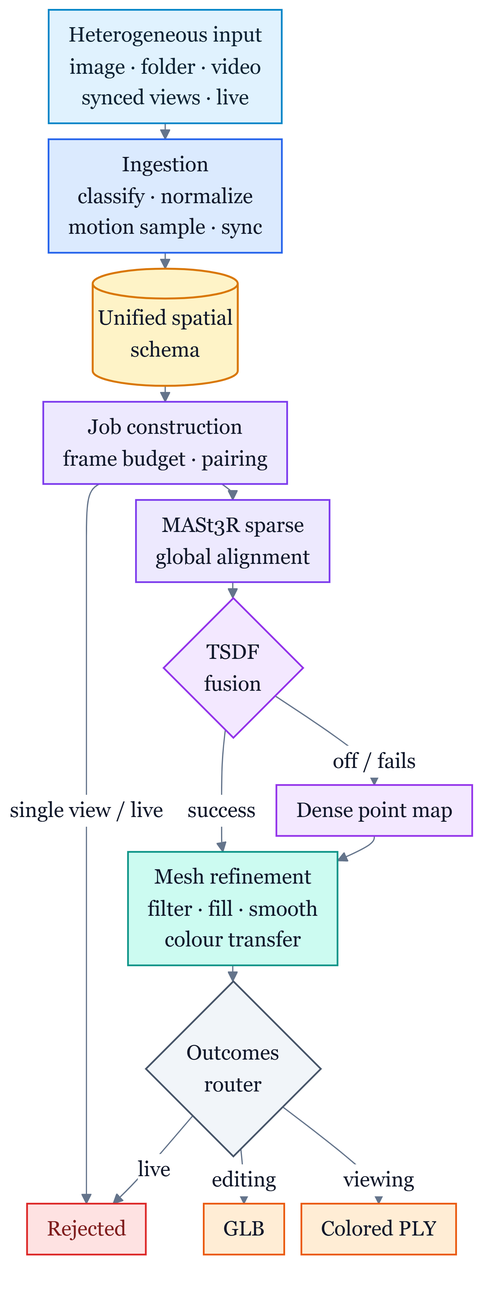
Earlier version of the Mermaid export paper/figures/fig1-overview.png (AyushK0808/z-shift). Its source is kept beside it as paper/diagrams/fig1-overview.mmd.
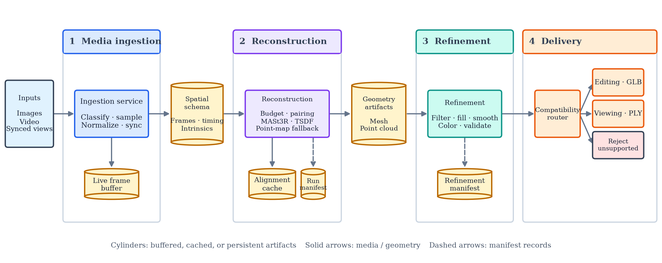
Above is the later version.

Commit message:
docs: revise paper architecture and citations

Diff of the diagram source:
```diff
@@ -1,40 +1,64 @@
 ---
 config:
   flowchart:
-    rankSpacing: 13
-    nodeSpacing: 14
+    rankSpacing: 28
+    nodeSpacing: 18
 ---
-flowchart TB
-  SRC["Heterogeneous input<br/>image · folder · video<br/>synced views · live"] --> ING["Ingestion<br/>classify · normalize<br/>motion sample · sync"]
-  ING --> SCH[("Unified spatial<br/>schema")]
-  SCH --> JB["Job construction<br/>frame budget · pairing"]
-  JB -->|"single view / live"| REJ["Rejected"]
-  JB --> AL["MASt3R sparse<br/>global alignment"]
-  AL --> FUS{"TSDF<br/>fusion"}
-  FUS -->|"off / fails"| PMAP["Dense point map"]
-  FUS -->|"success"| REF["Mesh refinement<br/>filter · fill · smooth<br/>colour transfer"]
-  PMAP --> REF
-  REF --> RT{"Outcomes<br/>router"}
-  RT -->|"editing"| D1["GLB"]
-  RT -->|"viewing"| D3["Colored PLY"]
-  RT -->|"live"| REJ
+flowchart LR
+  SRC["Inputs<br/>images · video<br/>synchronized views"]
 
-  classDef src fill:#e0f2fe,stroke:#0284c7,stroke-width:1.4px,color:#0c2233
-  classDef ingest fill:#dbeafe,stroke:#2563eb,stroke-width:1.4px,color:#0f172a
-  classDef schema fill:#fef3c7,stroke:#d97706,stroke-width:1.6px,color:#0f172a
-  classDef recon fill:#ede9fe,stroke:#7c3aed,stroke-width:1.4px,color:#0f172a
-  classDef fuse fill:#f3e8ff,stroke:#9333ea,stroke-width:1.4px,color:#0f172a
-  classDef refine fill:#ccfbf1,stroke:#0d9488,stroke-width:1.4px,color:#0f172a
-  classDef route fill:#f1f5f9,stroke:#475569,stroke-width:1.4px,color:#0f172a
-  classDef deliver fill:#ffedd5,stroke:#ea580c,stroke-width:1.4px,color:#0f172a
-  classDef reject fill:#fee2e2,stroke:#dc2626,stroke-width:1.4px,color:#7f1d1d
+  subgraph S1["1  Media ingestion"]
+    direction TB
+    ING["Ingestion service<br/>classify · sample<br/>normalize · synchronize"]
+    BUF[("Live frame buffer")]
+    ING --> BUF
+  end
 
-  class SRC src
+  SCHEMA[("Spatial schema<br/>frames · timing · intrinsics")]
+
+  subgraph S2["2  Reconstruction"]
+    direction TB
+    REC["Reconstruction<br/>budget · pairing<br/>MASt3R · TSDF<br/>point-map fallback"]
+    CACHE[("Alignment cache")]
+    RUN[("Run manifest")]
+    REC --> CACHE
+    REC -.-> RUN
+  end
+
+  GEO[("Geometry artifacts<br/>mesh · point cloud")]
+
+  subgraph S3["3  Refinement"]
+    direction TB
+    REF["Refinement<br/>filter · fill · smooth<br/>color · validate"]
+    RMAN[("Refinement manifest")]
+    REF -.-> RMAN
+  end
+
+  subgraph S4["4  Delivery"]
+    direction LR
+    ROUTE["Compatibility<br/>router"]
+    EDIT["Editing · GLB"]
+    VIEW["Viewing · PLY"]
+    DENY["Reject<br/>unsupported"]
+    ROUTE --> EDIT
+    ROUTE --> VIEW
+    ROUTE --> DENY
+  end
+
+  SRC --> ING --> SCHEMA --> REC --> GEO --> REF --> ROUTE
+
+  classDef external fill:#e0f2fe,stroke:#334155,stroke-width:1.2px,color:#172033
+  classDef ingest fill:#dbeafe,stroke:#2563eb,stroke-width:1.2px,color:#172033
+  classDef recon fill:#ede9fe,stroke:#7c3aed,stroke-width:1.2px,color:#172033
+  classDef refine fill:#ccfbf1,stroke:#0d9488,stroke-width:1.2px,color:#172033
+  classDef deliver fill:#ffedd5,stroke:#ea580c,stroke-width:1.2px,color:#172033
+  classDef store fill:#fff4cc,stroke:#b96800,stroke-width:1.3px,color:#172033
+  classDef reject fill:#fee2e2,stroke:#334155,stroke-width:1.2px,color:#172033
+
+  class SRC external
   class ING ingest
-  class SCH schema
-  class JB,AL recon
-  class FUS,PMAP fuse
+  class REC recon
   class REF refine
-  class RT route
-  class D1,D3 deliver
-  class REJ reject
+  class ROUTE,EDIT,VIEW deliver
+  class BUF,SCHEMA,CACHE,RUN,GEO,RMAN store
+  class DENY reject
```
